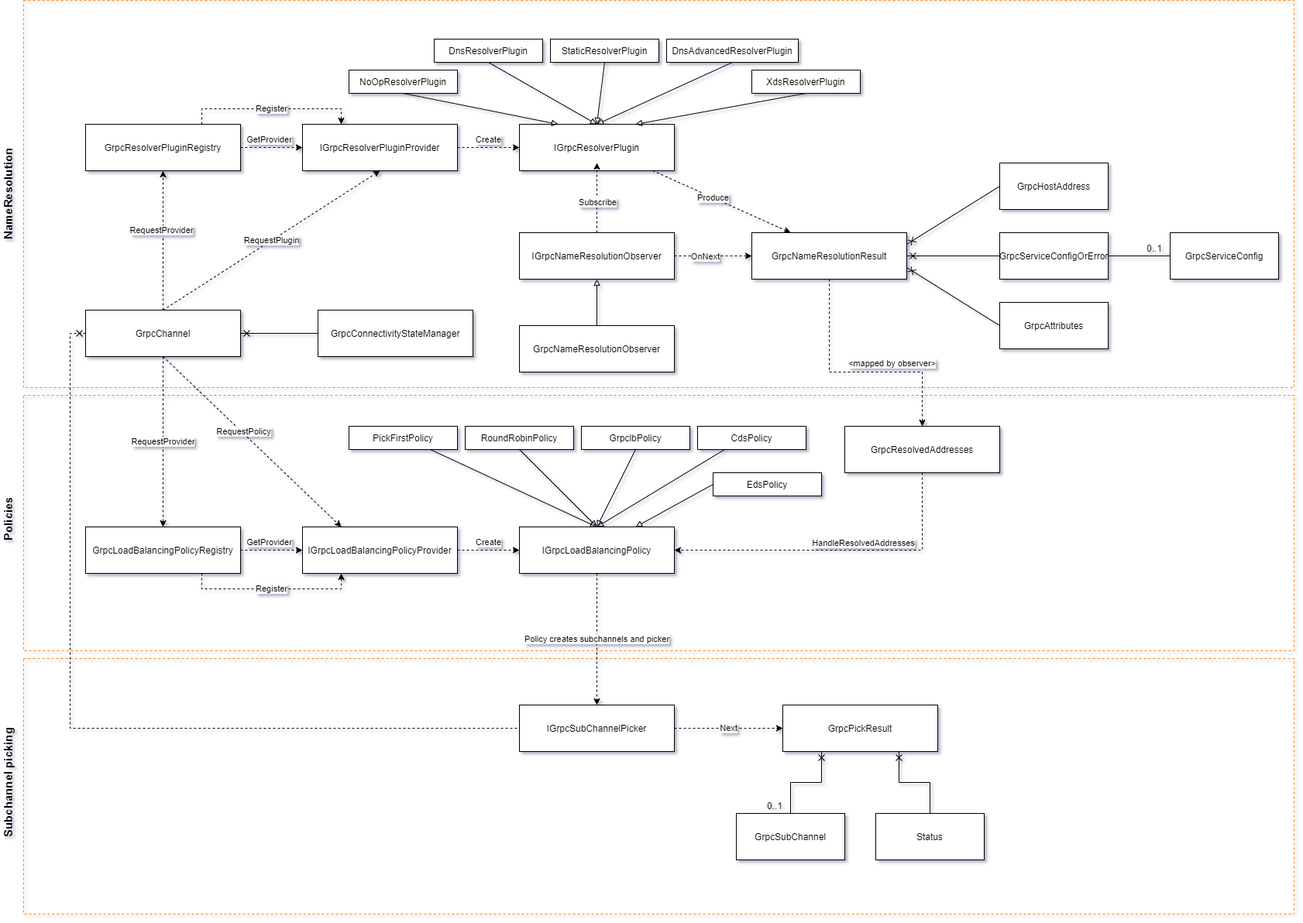
The draw.io diagram src/Grpc.Net.Client/LoadBalancing/Docs/GrpcDotNetLoadBalancing.png in wicharypawel/grpc-dotnet, before a commit. Source tidied: cells renumbered, new cells last; positions are measured from the earlier drawing's top-left corner, leaving out a move shared by most shapes.
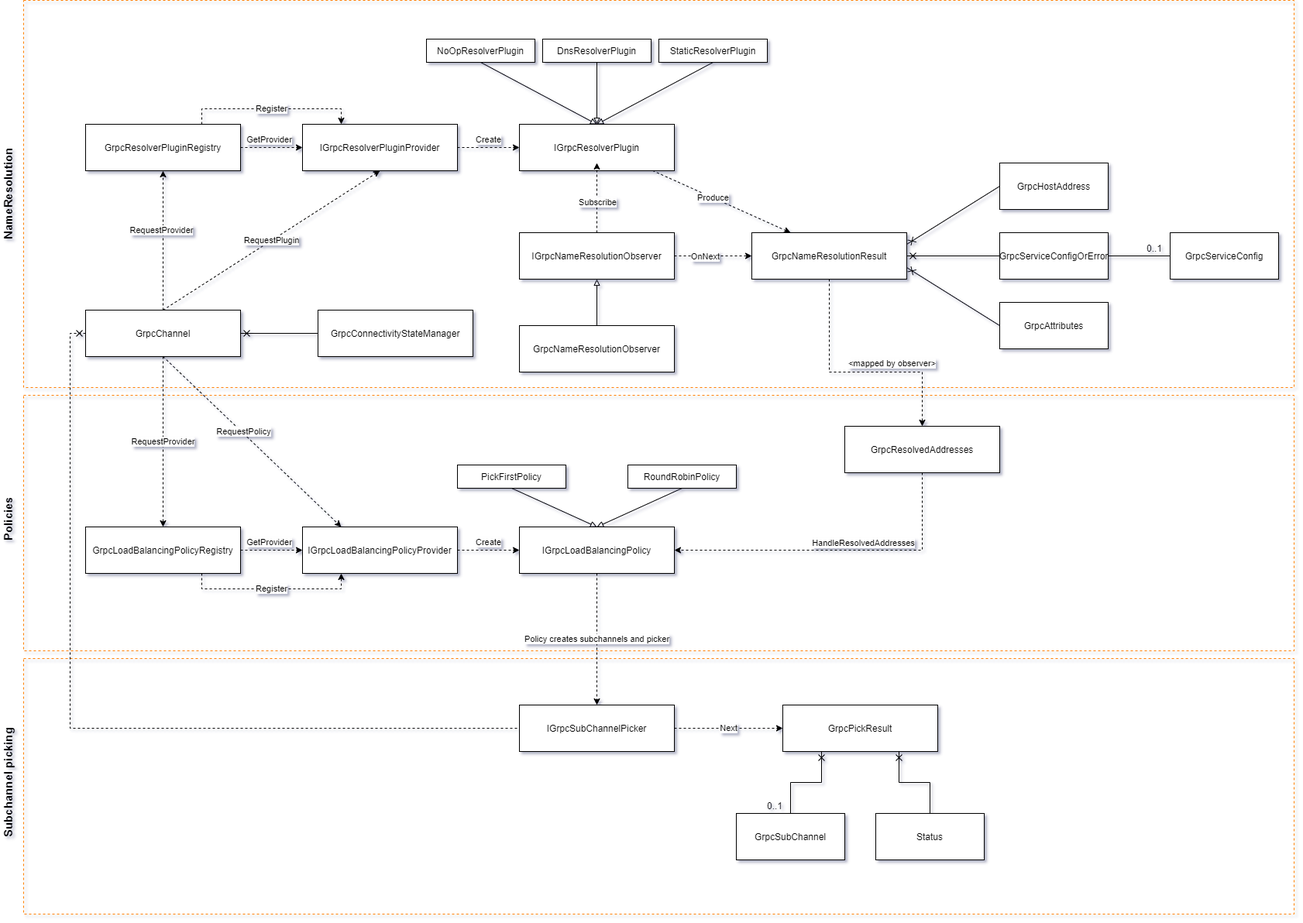
After the change.

Commit message:
Update load balancing chart

What changed in the source:
```diff
@@ -112,11 +112,11 @@
     <mxCell id="34" value="GrpcLoadBalancingPolicyRegistry" style="rounded=0;whiteSpace=wrap;html=1;" parent="8" vertex="1">
       <mxGeometry x="190" y="680" width="200" height="60" as="geometry" />
     </mxCell>
-    <mxCell id="35" style="rounded=0;jettySize=auto;html=1;exitX=0.5;exitY=1;exitDx=0;exitDy=0;entryX=0.25;entryY=0;entryDx=0;entryDy=0;endArrow=block;endFill=0;" parent="8" edge="1" source="36" target="10">
+    <mxCell id="35" style="rounded=0;jettySize=auto;html=1;exitX=0.5;exitY=1;exitDx=0;exitDy=0;entryX=0.5;entryY=0;entryDx=0;entryDy=0;endArrow=block;endFill=0;" parent="8" edge="1" source="36" target="10">
       <mxGeometry relative="1" as="geometry" />
     </mxCell>
     <mxCell id="36" value="NoOpResolverPlugin" style="rounded=0;whiteSpace=wrap;html=1;" parent="8" vertex="1">
-      <mxGeometry x="530" y="90" width="140" height="30" as="geometry" />
+      <mxGeometry x="630" y="50" width="140" height="30" as="geometry" />
     </mxCell>
     <mxCell id="37" style="edgeStyle=none;rounded=0;jettySize=auto;html=1;exitX=0.5;exitY=1;exitDx=0;exitDy=0;endArrow=block;endFill=0;" parent="8" edge="1" source="38">
       <mxGeometry relative="1" as="geometry">
@@ -124,28 +124,14 @@
       </mxGeometry>
     </mxCell>
     <mxCell id="38" value="DnsResolverPlugin" style="rounded=0;whiteSpace=wrap;html=1;" parent="8" vertex="1">
-      <mxGeometry x="640" y="50" width="140" height="30" as="geometry" />
+      <mxGeometry x="780" y="50" width="140" height="30" as="geometry" />
     </mxCell>
     <mxCell id="39" style="edgeStyle=none;rounded=0;jettySize=auto;html=1;exitX=0.5;exitY=1;exitDx=0;exitDy=0;entryX=0.5;entryY=0;entryDx=0;entryDy=0;endArrow=block;endFill=0;" parent="8" edge="1" source="40" target="10">
       <mxGeometry relative="1" as="geometry" />
     </mxCell>
     <mxCell id="40" value="StaticResolverPlugin" style="rounded=0;whiteSpace=wrap;html=1;" parent="8" vertex="1">
-      <mxGeometry x="790" y="50" width="140" height="30" as="geometry" />
+      <mxGeometry x="930" y="50" width="140" height="30" as="geometry" />
     </mxCell>
-    <mxCell id="41" style="edgeStyle=none;rounded=0;jettySize=auto;html=1;exitX=0.5;exitY=1;exitDx=0;exitDy=0;endArrow=block;endFill=0;" parent="8" edge="1" source="42">
-      <mxGeometry relative="1" as="geometry">
-        <mxPoint x="850" y="160" as="targetPoint" />
-      </mxGeometry>
-    </mxCell>
-    <mxCell id="42" value="DnsAdvancedResolverPlugin" style="rounded=0;whiteSpace=wrap;html=1;" parent="8" vertex="1">
-      <mxGeometry x="940" y="50" width="170" height="30" as="geometry" />
-    </mxCell>
-    <mxCell id="43" style="edgeStyle=none;rounded=0;jettySize=auto;html=1;exitX=0.5;exitY=1;exitDx=0;exitDy=0;endArrow=block;endFill=0;entryX=0.75;entryY=0;entryDx=0;entryDy=0;" parent="8" edge="1" source="44" target="10">
-      <mxGeometry relative="1" as="geometry" />
-    </mxCell>
-    <mxCell id="44" value="XdsResolverPlugin" style="rounded=0;whiteSpace=wrap;html=1;" parent="8" vertex="1">
-      <mxGeometry x="1050" y="90" width="140" height="30" as="geometry" />
-    </mxCell>
     <mxCell id="45" style="edgeStyle=none;rounded=0;jettySize=auto;html=1;exitX=0;exitY=0.5;exitDx=0;exitDy=0;entryX=1;entryY=0.25;entryDx=0;entryDy=0;endArrow=cross;endFill=0;startArrow=none;startFill=0;" parent="8" edge="1" source="46" target="21">
       <mxGeometry relative="1" as="geometry" />
     </mxCell>
@@ -203,38 +189,18 @@
     <mxCell id="63" value="0..1" style="text;html=1;strokeColor=none;fillColor=none;align=center;verticalAlign=middle;whiteSpace=wrap;rounded=0;" parent="8" vertex="1">
       <mxGeometry x="1550" y="310" width="40" height="20" as="geometry" />
     </mxCell>
-    <mxCell id="64" style="edgeStyle=none;rounded=0;jettySize=auto;html=1;exitX=0.75;exitY=1;exitDx=0;exitDy=0;entryX=0.5;entryY=0;entryDx=0;entryDy=0;startArrow=none;startFill=0;endArrow=block;endFill=0;" parent="8" edge="1" source="65" target="26">
+    <mxCell id="64" style="edgeStyle=none;rounded=0;jettySize=auto;html=1;exitX=0.5;exitY=1;exitDx=0;exitDy=0;entryX=0.5;entryY=0;entryDx=0;entryDy=0;startArrow=none;startFill=0;endArrow=block;endFill=0;" parent="8" edge="1" source="65" target="26">
       <mxGeometry relative="1" as="geometry" />
     </mxCell>
     <mxCell id="65" value="PickFirstPolicy" style="rounded=0;whiteSpace=wrap;html=1;" parent="8" vertex="1">
-      <mxGeometry x="530" y="550" width="140" height="30" as="geometry" />
+      <mxGeometry x="670" y="600" width="140" height="30" as="geometry" />
     </mxCell>
     <mxCell id="66" style="edgeStyle=none;rounded=0;jettySize=auto;html=1;exitX=0.5;exitY=1;exitDx=0;exitDy=0;entryX=0.5;entryY=0;entryDx=0;entryDy=0;startArrow=none;startFill=0;endArrow=block;endFill=0;" parent="8" edge="1" source="67" target="26">
       <mxGeometry relative="1" as="geometry" />
     </mxCell>
     <mxCell id="67" value="RoundRobinPolicy" style="rounded=0;whiteSpace=wrap;html=1;" parent="8" vertex="1">
-      <mxGeometry x="680" y="550" width="140" height="30" as="geometry" />
+      <mxGeometry x="890" y="600" width="140" height="30" as="geometry" />
     </mxCell>
-    <mxCell id="68" style="edgeStyle=none;rounded=0;jettySize=auto;html=1;exitX=0.25;exitY=1;exitDx=0;exitDy=0;startArrow=none;startFill=0;endArrow=block;endFill=0;" parent="8" edge="1" source="69">
-      <mxGeometry relative="1" as="geometry">
-        <mxPoint x="850" y="680" as="targetPoint" />
-      </mxGeometry>
-    </mxCell>
-    <mxCell id="69" value="CdsPolicy" style="rounded=0;whiteSpace=wrap;html=1;" parent="8" vertex="1">
-      <mxGeometry x="980" y="550" width="140" height="30" as="geometry" />
-    </mxCell>
-    <mxCell id="70" style="edgeStyle=none;rounded=0;jettySize=auto;html=1;exitX=0;exitY=0.5;exitDx=0;exitDy=0;entryX=0.75;entryY=0;entryDx=0;entryDy=0;startArrow=none;startFill=0;endArrow=block;endFill=0;" parent="8" edge="1" source="71" target="26">
-      <mxGeometry relative="1" as="geometry" />
-    </mxCell>
-    <mxCell id="71" value="EdsPolicy" style="rounded=0;whiteSpace=wrap;html=1;" parent="8" vertex="1">
-      <mxGeometry x="1000" y="610" width="140" height="30" as="geometry" />
-    </mxCell>
-    <mxCell id="72" style="edgeStyle=none;rounded=0;jettySize=auto;html=1;exitX=0.5;exitY=1;exitDx=0;exitDy=0;entryX=0.5;entryY=0;entryDx=0;entryDy=0;startArrow=none;startFill=0;endArrow=block;endFill=0;" parent="8" edge="1" source="73" target="26">
-      <mxGeometry relative="1" as="geometry" />
-    </mxCell>
-    <mxCell id="73" value="GrpclbPolicy" style="rounded=0;whiteSpace=wrap;html=1;" parent="8" vertex="1">
-      <mxGeometry x="830" y="550" width="140" height="30" as="geometry" />
-    </mxCell>
     <mxCell id="74" value="Register" style="edgeStyle=orthogonalEdgeStyle;rounded=0;jettySize=auto;html=1;exitX=0.75;exitY=0;exitDx=0;exitDy=0;entryX=0.25;entryY=0;entryDx=0;entryDy=0;dashed=1;" parent="8" edge="1" source="31" target="17">
       <mxGeometry relative="1" as="geometry" />
     </mxCell>
```
